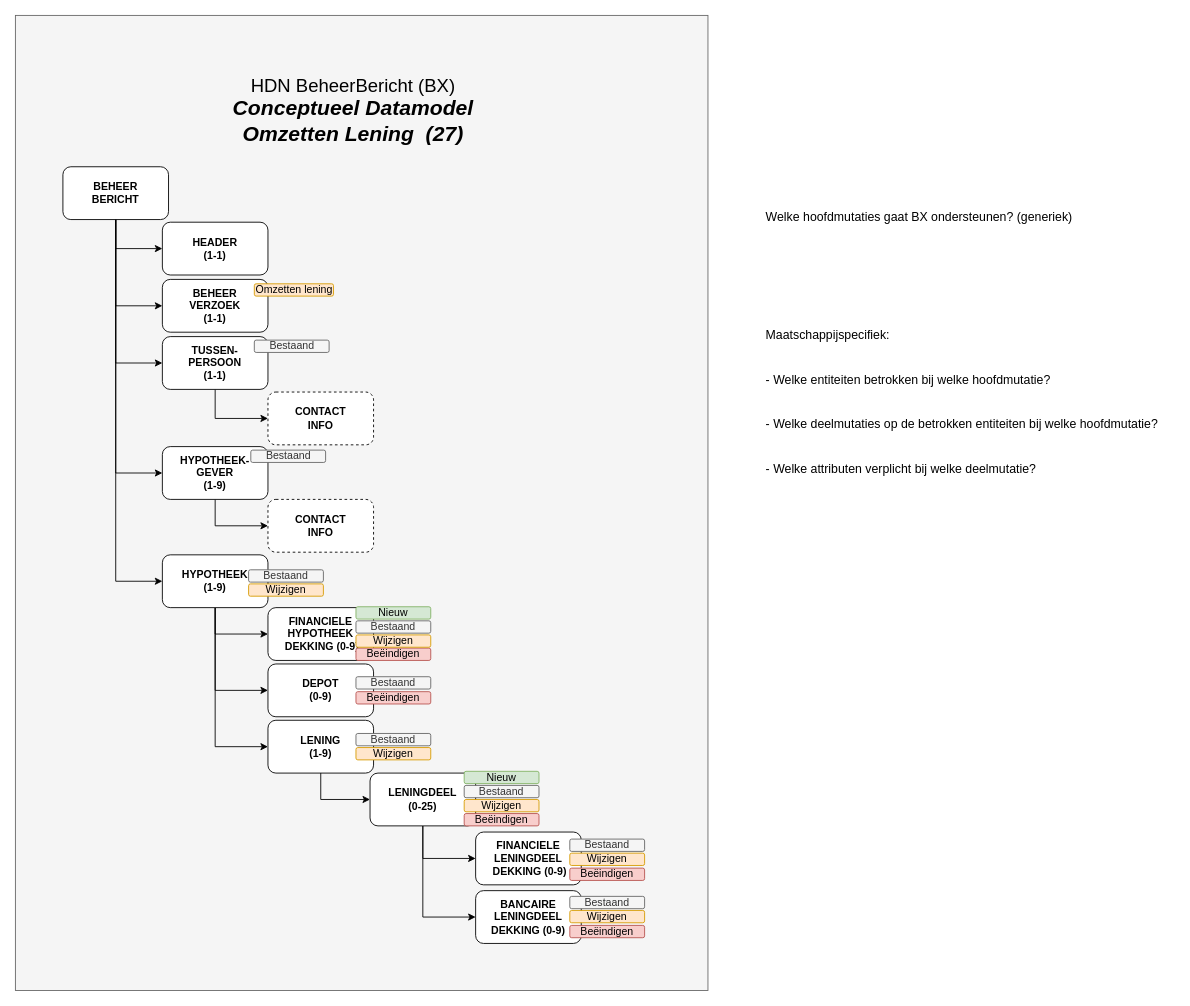
Before: page "Datamodel OL" (1 of 4) of HDN_BX_MM_OmzettenLening.drawio in luchthandel/diagrams, a draw.io diagram. Source tidied: cells renumbered, new cells numbered last; positions are measured from the earlier drawing's top-left corner, leaving out a move shared by most shapes. Both pictures are drawn from the tidied source at 88%, with x=0, y=0 at pixel (15, 15).
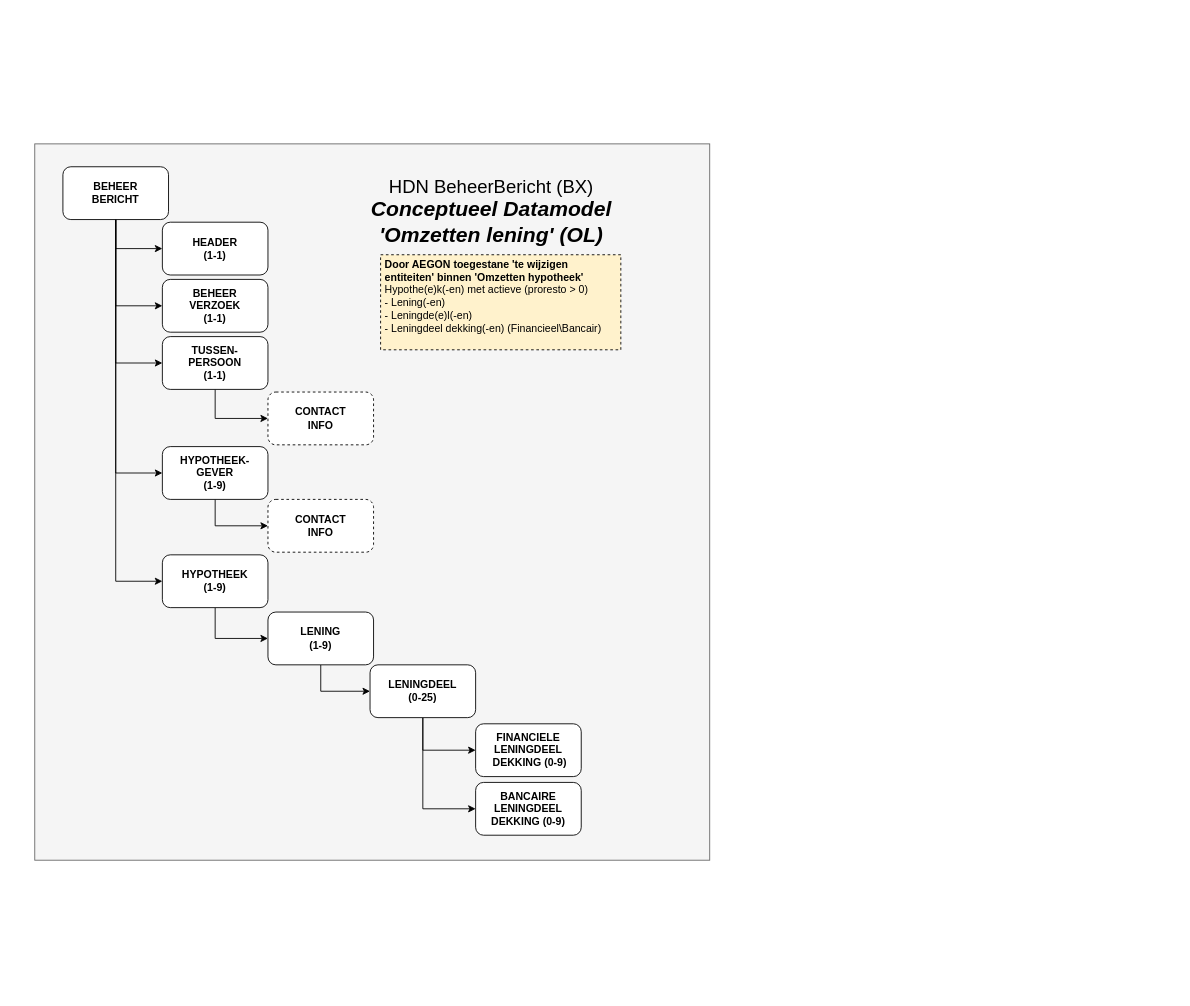
The same diagram, later.

The change refers to these unchanged cells:
```xml
<mxCell id="25" value="HYPOTHEEK&lt;br&gt;(1-9)" style="rounded=1;whiteSpace=wrap;html=1;fontStyle=1;" parent="1" vertex="1">
  <mxGeometry x="167" y="613" width="120" height="60" as="geometry" />
</mxCell>
```

The edit, as a diff of the source:
```diff
@@
-    <mxCell id="2" style="rounded=0;whiteSpace=wrap;html=1;fillColor=#f5f5f5;strokeColor=#666666;fontColor=#333333;labelBackgroundColor=none;" parent="1" vertex="1">
-      <mxGeometry width="787" height="1108" as="geometry" />
-    </mxCell>
+    <mxCell id="55" style="rounded=0;whiteSpace=wrap;html=1;fillColor=#f5f5f5;strokeColor=#666666;fontColor=#333333;labelBackgroundColor=none;" parent="1" vertex="1">
+      <mxGeometry x="22" y="146" width="767" height="814" as="geometry" />
+    </mxCell>
@@
     <mxCell id="4" value="LENING&lt;br&gt;(1-9)" style="rounded=1;whiteSpace=wrap;html=1;fontStyle=1;" parent="1" vertex="1">
-      <mxGeometry x="287" y="801" width="120" height="60" as="geometry" />
+      <mxGeometry x="287" y="678" width="120" height="60" as="geometry" />
     </mxCell>
@@
     <mxCell id="7" value="LENINGDEEL&lt;br&gt;(0-25)" style="rounded=1;whiteSpace=wrap;html=1;fontStyle=1;" parent="1" vertex="1">
-      <mxGeometry x="403" y="861" width="120" height="60" as="geometry" />
+      <mxGeometry x="403" y="738" width="120" height="60" as="geometry" />
     </mxCell>
     <mxCell id="8" value="FINANCIELE&lt;br&gt;LENINGDEEL&lt;br&gt;&amp;nbsp;DEKKING (0-9)" style="rounded=1;whiteSpace=wrap;html=1;fontStyle=1;" parent="1" vertex="1">
-      <mxGeometry x="523" y="928" width="120" height="60" as="geometry" />
+      <mxGeometry x="523" y="805" width="120" height="60" as="geometry" />
     </mxCell>
     <mxCell id="9" value="BANCAIRE&lt;br&gt;LENINGDEEL DEKKING (0-9)" style="rounded=1;whiteSpace=wrap;html=1;fontStyle=1;" parent="1" vertex="1">
-      <mxGeometry x="523" y="994.6" width="120" height="60" as="geometry" />
+      <mxGeometry x="523" y="871.6" width="120" height="60" as="geometry" />
     </mxCell>
@@
-    <mxCell id="22" style="edgeStyle=orthogonalEdgeStyle;rounded=0;jettySize=auto;html=1;exitX=0.5;exitY=1;exitDx=0;exitDy=0;entryX=0;entryY=0.5;entryDx=0;entryDy=0;" parent="1" edge="1" source="25" target="26">
-      <mxGeometry relative="1" as="geometry" />
-    </mxCell>
@@
-    <mxCell id="24" style="edgeStyle=orthogonalEdgeStyle;rounded=0;jettySize=auto;html=1;exitX=0.5;exitY=1;exitDx=0;exitDy=0;entryX=0;entryY=0.5;entryDx=0;entryDy=0;fontSize=10;" parent="1" edge="1" source="25" target="45">
-      <mxGeometry relative="1" as="geometry" />
-    </mxCell>
@@
-    <mxCell id="26" value="FINANCIELE&lt;br&gt;HYPOTHEEK&lt;br&gt;&amp;nbsp;DEKKING (0-9)" style="rounded=1;whiteSpace=wrap;html=1;fontStyle=1;" parent="1" vertex="1">
-      <mxGeometry x="287" y="673" width="120" height="60" as="geometry" />
-    </mxCell>
-    <mxCell id="27" value="&lt;font style=&quot;font-size: 21px&quot;&gt;HDN BeheerBericht (BX)&lt;br&gt;&lt;/font&gt;&lt;span style=&quot;font-size: 24px&quot;&gt;&lt;b&gt;&lt;i&gt;Conceptueel Datamodel&lt;br&gt;Omzetten Lening&amp;nbsp;&lt;/i&gt;&lt;/b&gt;&lt;/span&gt;&lt;b style=&quot;font-size: 24px&quot;&gt;&lt;i&gt;&amp;nbsp;(27)&lt;/i&gt;&lt;/b&gt;" style="text;html=1;strokeColor=none;fillColor=none;align=center;verticalAlign=middle;whiteSpace=wrap;rounded=0;" parent="1" vertex="1">
-      <mxGeometry x="206" y="71" width="356.4" height="74.5" as="geometry" />
+    <mxCell id="27" value="&lt;font style=&quot;font-size: 21px&quot;&gt;HDN BeheerBericht (BX)&lt;br&gt;&lt;/font&gt;&lt;span style=&quot;font-size: 24px&quot;&gt;&lt;b&gt;&lt;i&gt;Conceptueel Datamodel&lt;br&gt;'Omzetten lening' (OL)&lt;/i&gt;&lt;/b&gt;&lt;/span&gt;" style="text;html=1;strokeColor=none;fillColor=none;align=center;verticalAlign=middle;whiteSpace=wrap;rounded=0;" parent="1" vertex="1">
+      <mxGeometry x="363" y="186" width="356.4" height="74.5" as="geometry" />
     </mxCell>
-    <mxCell id="28" value="&lt;span style=&quot;font-weight: 400&quot;&gt;Bestaand&lt;/span&gt;" style="rounded=1;whiteSpace=wrap;html=1;fontStyle=1;fillColor=#f5f5f5;strokeColor=#666666;fontColor=#333333;" parent="1" vertex="1">
-      <mxGeometry x="271.5" y="369" width="85" height="14" as="geometry" />
-    </mxCell>
-    <mxCell id="29" value="&lt;span style=&quot;font-weight: 400&quot;&gt;Bestaand&lt;/span&gt;" style="rounded=1;whiteSpace=wrap;html=1;fontStyle=1;fillColor=#f5f5f5;strokeColor=#666666;fontColor=#333333;" parent="1" vertex="1">
-      <mxGeometry x="267.5" y="494" width="85" height="14" as="geometry" />
-    </mxCell>
-    <mxCell id="30" value="&lt;span style=&quot;font-weight: 400&quot;&gt;Bestaand&lt;/span&gt;" style="rounded=1;whiteSpace=wrap;html=1;fontStyle=1;fillColor=#f5f5f5;strokeColor=#666666;fontColor=#333333;" parent="1" vertex="1">
-      <mxGeometry x="265" y="630" width="85" height="14" as="geometry" />
-    </mxCell>
-    <mxCell id="31" value="&lt;span style=&quot;font-weight: 400&quot;&gt;Wijzigen&lt;/span&gt;" style="rounded=1;whiteSpace=wrap;html=1;fontStyle=1;fillColor=#ffe6cc;strokeColor=#d79b00;" parent="1" vertex="1">
-      <mxGeometry x="265" y="646" width="85" height="14" as="geometry" />
-    </mxCell>
-    <mxCell id="32" value="&lt;span style=&quot;font-weight: 400&quot;&gt;Beëindigen&lt;/span&gt;" style="rounded=1;whiteSpace=wrap;html=1;fontStyle=1;fillColor=#f8cecc;strokeColor=#b85450;" parent="1" vertex="1">
-      <mxGeometry x="387" y="719" width="85" height="14" as="geometry" />
-    </mxCell>
-    <mxCell id="33" value="&lt;span style=&quot;font-weight: 400&quot;&gt;Nieuw&lt;/span&gt;" style="rounded=1;whiteSpace=wrap;html=1;fontStyle=1;fillColor=#d5e8d4;strokeColor=#82b366;" parent="1" vertex="1">
-      <mxGeometry x="387" y="672" width="85" height="14" as="geometry" />
-    </mxCell>
-    <mxCell id="34" value="&lt;span style=&quot;font-weight: 400&quot;&gt;Bestaand&lt;/span&gt;" style="rounded=1;whiteSpace=wrap;html=1;fontStyle=1;fillColor=#f5f5f5;strokeColor=#666666;fontColor=#333333;" parent="1" vertex="1">
-      <mxGeometry x="387" y="688" width="85" height="14" as="geometry" />
-    </mxCell>
-    <mxCell id="35" value="&lt;span style=&quot;font-weight: 400&quot;&gt;Wijzigen&lt;/span&gt;" style="rounded=1;whiteSpace=wrap;html=1;fontStyle=1;fillColor=#ffe6cc;strokeColor=#d79b00;" parent="1" vertex="1">
-      <mxGeometry x="387" y="704" width="85" height="14" as="geometry" />
-    </mxCell>
-    <mxCell id="36" value="&lt;span style=&quot;font-weight: 400&quot;&gt;Bestaand&lt;/span&gt;" style="rounded=1;whiteSpace=wrap;html=1;fontStyle=1;fillColor=#f5f5f5;strokeColor=#666666;fontColor=#333333;" parent="1" vertex="1">
-      <mxGeometry x="387" y="816" width="85" height="14" as="geometry" />
-    </mxCell>
-    <mxCell id="37" value="&lt;span style=&quot;font-weight: 400&quot;&gt;Wijzigen&lt;/span&gt;" style="rounded=1;whiteSpace=wrap;html=1;fontStyle=1;fillColor=#ffe6cc;strokeColor=#d79b00;" parent="1" vertex="1">
-      <mxGeometry x="387" y="832" width="85" height="14" as="geometry" />
-    </mxCell>
-    <mxCell id="38" value="&lt;span style=&quot;font-weight: 400&quot;&gt;Beëindigen&lt;/span&gt;" style="rounded=1;whiteSpace=wrap;html=1;fontStyle=1;fillColor=#f8cecc;strokeColor=#b85450;" parent="1" vertex="1">
-      <mxGeometry x="510" y="907" width="85" height="14" as="geometry" />
-    </mxCell>
-    <mxCell id="39" value="&lt;span style=&quot;font-weight: 400&quot;&gt;Nieuw&lt;/span&gt;" style="rounded=1;whiteSpace=wrap;html=1;fontStyle=1;fillColor=#d5e8d4;strokeColor=#82b366;" parent="1" vertex="1">
-      <mxGeometry x="510" y="859" width="85" height="14" as="geometry" />
-    </mxCell>
-    <mxCell id="40" value="&lt;span style=&quot;font-weight: 400&quot;&gt;Bestaand&lt;/span&gt;" style="rounded=1;whiteSpace=wrap;html=1;fontStyle=1;fillColor=#f5f5f5;strokeColor=#666666;fontColor=#333333;" parent="1" vertex="1">
-      <mxGeometry x="510" y="875" width="85" height="14" as="geometry" />
-    </mxCell>
-    <mxCell id="41" value="&lt;span style=&quot;font-weight: 400&quot;&gt;Wijzigen&lt;/span&gt;" style="rounded=1;whiteSpace=wrap;html=1;fontStyle=1;fillColor=#ffe6cc;strokeColor=#d79b00;" parent="1" vertex="1">
-      <mxGeometry x="510" y="891" width="85" height="14" as="geometry" />
-    </mxCell>
-    <mxCell id="42" value="&lt;span style=&quot;font-weight: 400&quot;&gt;Beëindigen&lt;/span&gt;" style="rounded=1;whiteSpace=wrap;html=1;fontStyle=1;fillColor=#f8cecc;strokeColor=#b85450;" parent="1" vertex="1">
-      <mxGeometry x="630" y="969" width="85" height="14" as="geometry" />
-    </mxCell>
-    <mxCell id="43" value="&lt;span style=&quot;font-weight: 400&quot;&gt;Bestaand&lt;/span&gt;" style="rounded=1;whiteSpace=wrap;html=1;fontStyle=1;fillColor=#f5f5f5;strokeColor=#666666;fontColor=#333333;" parent="1" vertex="1">
-      <mxGeometry x="630" y="936" width="85" height="14" as="geometry" />
-    </mxCell>
-    <mxCell id="44" value="&lt;span style=&quot;font-weight: 400&quot;&gt;Omzetten lening&lt;/span&gt;" style="rounded=1;whiteSpace=wrap;html=1;fontStyle=1;fillColor=#ffe6cc;strokeColor=#d79b00;" parent="1" vertex="1">
-      <mxGeometry x="271.5" y="305" width="90" height="14" as="geometry" />
-    </mxCell>
-    <mxCell id="45" value="DEPOT&lt;br&gt;(0-9)" style="rounded=1;whiteSpace=wrap;html=1;fontStyle=1;" parent="1" vertex="1">
-      <mxGeometry x="287" y="737" width="120" height="60" as="geometry" />
-    </mxCell>
-    <mxCell id="46" value="&lt;span style=&quot;font-weight: 400&quot;&gt;Beëindigen&lt;/span&gt;" style="rounded=1;whiteSpace=wrap;html=1;fontStyle=1;fillColor=#f8cecc;strokeColor=#b85450;" parent="1" vertex="1">
-      <mxGeometry x="387" y="768.5" width="85" height="14" as="geometry" />
-    </mxCell>
-    <mxCell id="47" value="&lt;span style=&quot;font-weight: 400&quot;&gt;Bestaand&lt;/span&gt;" style="rounded=1;whiteSpace=wrap;html=1;fontStyle=1;fillColor=#f5f5f5;strokeColor=#666666;fontColor=#333333;" parent="1" vertex="1">
-      <mxGeometry x="387" y="751.5" width="85" height="14" as="geometry" />
-    </mxCell>
-    <mxCell id="48" value="&lt;span style=&quot;font-weight: 400&quot;&gt;Wijzigen&lt;/span&gt;" style="rounded=1;whiteSpace=wrap;html=1;fontStyle=1;fillColor=#ffe6cc;strokeColor=#d79b00;" parent="1" vertex="1">
-      <mxGeometry x="630" y="952" width="85" height="14" as="geometry" />
-    </mxCell>
-    <mxCell id="49" value="&lt;span style=&quot;font-weight: 400&quot;&gt;Beëindigen&lt;/span&gt;" style="rounded=1;whiteSpace=wrap;html=1;fontStyle=1;fillColor=#f8cecc;strokeColor=#b85450;" parent="1" vertex="1">
-      <mxGeometry x="630" y="1034.1" width="85" height="14" as="geometry" />
-    </mxCell>
-    <mxCell id="50" value="&lt;span style=&quot;font-weight: 400&quot;&gt;Bestaand&lt;/span&gt;" style="rounded=1;whiteSpace=wrap;html=1;fontStyle=1;fillColor=#f5f5f5;strokeColor=#666666;fontColor=#333333;" parent="1" vertex="1">
-      <mxGeometry x="630" y="1001.1" width="85" height="14" as="geometry" />
-    </mxCell>
-    <mxCell id="51" value="&lt;span style=&quot;font-weight: 400&quot;&gt;Wijzigen&lt;/span&gt;" style="rounded=1;whiteSpace=wrap;html=1;fontStyle=1;fillColor=#ffe6cc;strokeColor=#d79b00;" parent="1" vertex="1">
-      <mxGeometry x="630" y="1017.1" width="85" height="14" as="geometry" />
-    </mxCell>
-    <mxCell id="52" value="&lt;div style=&quot;box-sizing: border-box; font-size: 14px; font-style: normal; font-weight: 400; letter-spacing: normal; text-indent: 0px; text-transform: none; word-spacing: 0px;&quot;&gt;&lt;div&gt;Welke hoofdmutaties gaat BX ondersteunen? (generiek)&lt;/div&gt;&#10;&#10;&lt;div&gt;&#10;&lt;div&gt;&amp;nbsp;&lt;/div&gt;&#10;&#10;&lt;div&gt;&#10;&lt;div&gt;Maatschappijspecifiek:&lt;br&gt;&#10;&#10;- Welke entiteiten betrokken bij welke hoofdmutatie?&lt;br&gt;&#10;&#10;- Welke deelmutaties op de betrokken entiteiten bij welke hoofdmutatie?&lt;br&gt;&#10;&#10;- Welke attributen verplicht bij welke deelmutatie?&lt;/div&gt;&lt;/div&gt;&lt;/div&gt;&lt;/div&gt;" style="text;whiteSpace=wrap;html=1;" parent="1" vertex="1">
-      <mxGeometry x="851" y="214" width="466" height="266" as="geometry" />
-    </mxCell>
@@
+    <mxCell id="56" value="&lt;p style=&quot;font-size: 12px&quot;&gt;&lt;b&gt;Door AEGON toegestane 'te wijzigen entiteiten' binnen 'Omzetten hypotheek'&lt;br&gt;&lt;/b&gt;Hypothe(e)k(-en) met actieve (proresto &amp;gt; 0)&lt;br&gt;- Lening(-en)&lt;br&gt;- Leningde(e)l(-en)&lt;br&gt;- Leningdeel dekking(-en) (Financieel\Bancair)&lt;/p&gt;&lt;p&gt;&lt;/p&gt;" style="text;html=1;fillColor=#fff2cc;spacing=5;spacingTop=-20;whiteSpace=wrap;overflow=hidden;rounded=0;align=left;fontSize=12;verticalAlign=bottom;strokeColor=#000000;dashed=1;" parent="1" vertex="1">
+      <mxGeometry x="415" y="272" width="273" height="108" as="geometry" />
+    </mxCell>
```
